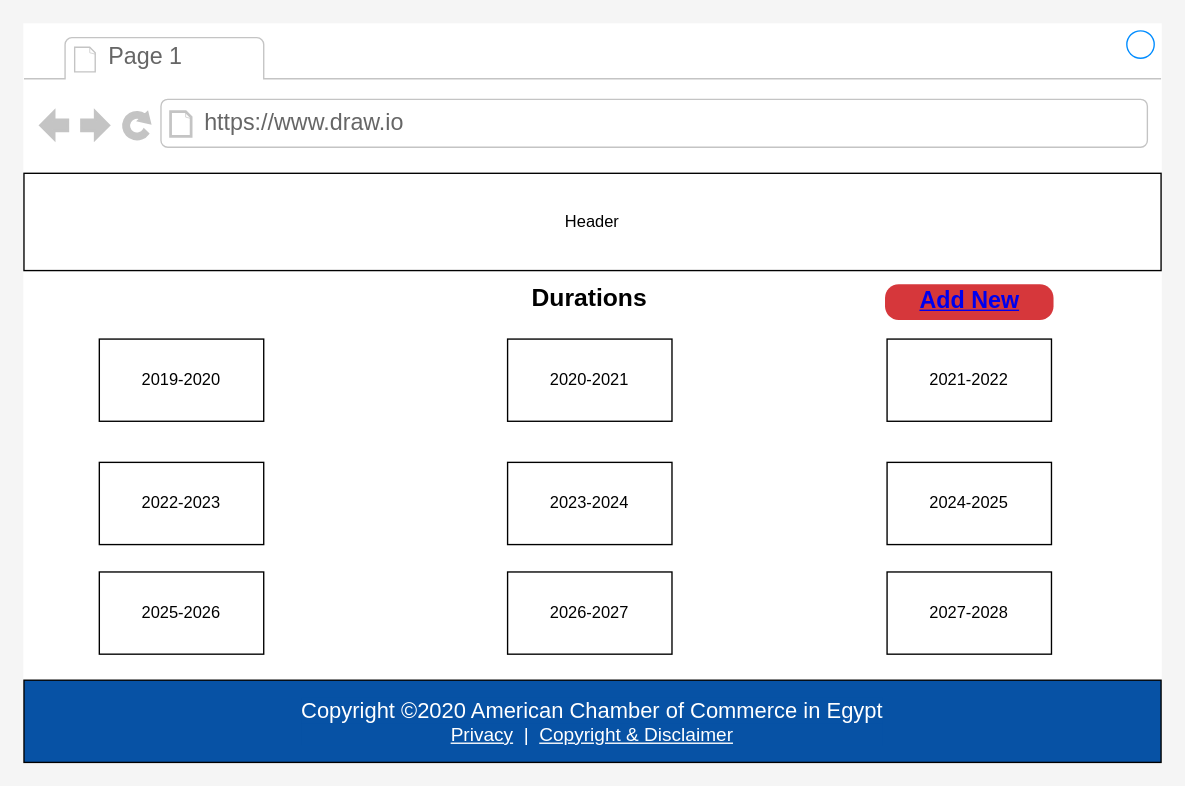
This is page "home" (1 of 3) of Committee Leaders.drawio from asayedio/TrackingERD, a draw.io file, before an edit. Source tidied: cells renumbered, new cells numbered last; positions are measured from the earlier drawing's top-left corner, leaving out a move shared by most shapes. Both pictures are drawn from the tidied source at 137%, with x=0, y=0 at pixel (23, 23). Pictures stored in the file or linked from it are replaced by grey dashed boxes.
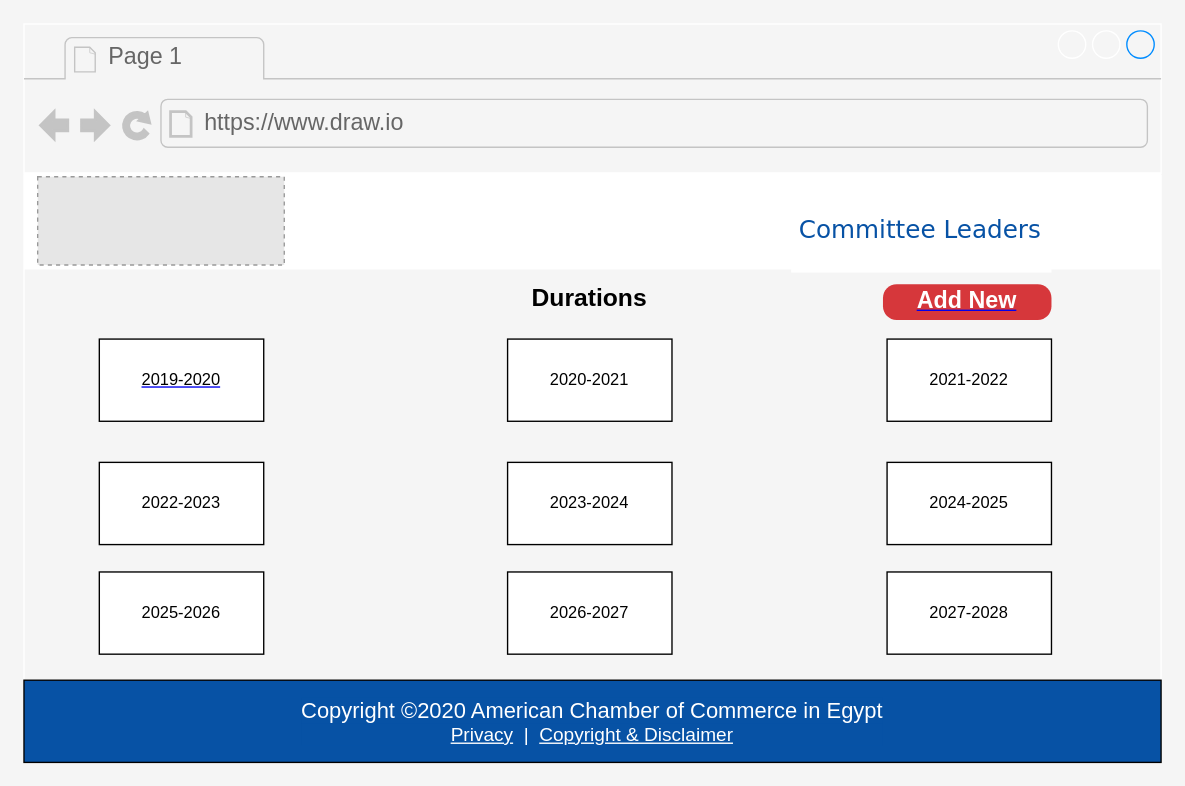
After the change.

Diff of the diagram source:
```diff
@@
 <mxGraphModel background="#f5f5f5">
   <root>
     <mxCell id="0" />
     <mxCell id="1" parent="0" />
-    <mxCell id="2" style="strokeWidth=1;shadow=0;dashed=0;align=center;html=1;shape=mxgraph.mockup.containers.browserWindow;rSize=0;strokeColor2=#008cff;strokeColor3=#c4c4c4;mainText=,;strokeColor=#FFFFFF;" parent="1" vertex="1">
+    <mxCell id="2" style="strokeWidth=1;shadow=0;dashed=0;align=center;html=1;shape=mxgraph.mockup.containers.browserWindow;rSize=0;strokeColor2=#008cff;strokeColor3=#c4c4c4;mainText=,;strokeColor=#FFFFFF;fillColor=#F5F5F5;" parent="1" vertex="1">
       <mxGeometry width="830" height="539" as="geometry" />
     </mxCell>
     <mxCell id="3" value="Page 1" style="strokeWidth=1;shadow=0;dashed=0;align=center;html=1;shape=mxgraph.mockup.containers.anchor;fontSize=17;fontColor=#666666;align=left;" parent="2" vertex="1">
       <mxGeometry x="60" y="12" width="110" height="26" as="geometry" />
     </mxCell>
     <mxCell id="4" value="https://www.draw.io" style="strokeWidth=1;shadow=0;dashed=0;align=center;html=1;shape=mxgraph.mockup.containers.anchor;rSize=0;fontSize=17;fontColor=#666666;align=left;" parent="2" vertex="1">
       <mxGeometry x="130" y="60" width="250" height="26" as="geometry" />
     </mxCell>
-    <mxCell id="5" value="Header" style="rounded=0;whiteSpace=wrap;html=1;" parent="2" vertex="1">
-      <mxGeometry y="109" width="830" height="71" as="geometry" />
+    <mxCell id="5" value="&lt;h1&gt;&lt;br&gt;&lt;/h1&gt;" style="rounded=0;whiteSpace=wrap;html=1;strokeColor=none;" parent="2" vertex="1">
+      <mxGeometry y="108.2" width="830" height="71" as="geometry" />
     </mxCell>
     <mxCell id="6" value="&lt;div style=&quot;box-sizing: border-box ; color: rgb(255 , 255 , 255) ; font-family: &amp;#34;source sans pro&amp;#34; ; font-size: 16px ; background-color: rgb(7 , 82 , 165)&quot;&gt;Copyright ©2020 American Chamber of Commerce in Egypt&lt;/div&gt;&lt;div class=&quot;small&quot; style=&quot;box-sizing: border-box ; font-size: 13.92px ; color: rgb(255 , 255 , 255) ; font-family: &amp;#34;source sans pro&amp;#34; ; background-color: rgb(7 , 82 , 165)&quot;&gt;&lt;a href=&quot;https://www.amcham.org.eg/privacy&quot; style=&quot;box-sizing: border-box ; background-color: transparent ; color: rgb(255 , 255 , 255)&quot;&gt;Privacy&lt;/a&gt;&amp;nbsp;&amp;nbsp;|&amp;nbsp;&amp;nbsp;&lt;a href=&quot;https://www.amcham.org.eg/copyright-disclaimer&quot; style=&quot;box-sizing: border-box ; background-color: transparent ; color: rgb(255 , 255 , 255)&quot;&gt;Copyright &amp;amp; Disclaimer&lt;/a&gt;&lt;/div&gt;" style="rounded=0;whiteSpace=wrap;html=1;fillColor=#0752a5;" parent="2" vertex="1">
       <mxGeometry y="479" width="830" height="60" as="geometry" />
     </mxCell>
     <mxCell id="7" value="&lt;b&gt;&lt;font style=&quot;font-size: 18px&quot;&gt;Durations&lt;/font&gt;&lt;/b&gt;" style="text;html=1;strokeColor=none;fillColor=none;align=center;verticalAlign=middle;whiteSpace=wrap;rounded=0;" parent="2" vertex="1">
       <mxGeometry x="363" y="190" width="100" height="20" as="geometry" />
     </mxCell>
-    <mxCell id="8" value="2019-2020" style="rounded=0;whiteSpace=wrap;html=1;" parent="2" vertex="1">
+    <mxCell id="8" value="&lt;a href=&quot;data:page/id,NS_Aw8GW7d97da-DBnMY&quot;&gt;&lt;font color=&quot;#000000&quot;&gt;2019-2020&lt;/font&gt;&lt;/a&gt;" style="rounded=0;whiteSpace=wrap;html=1;" parent="2" vertex="1">
       <mxGeometry x="55" y="230" width="120" height="60" as="geometry" />
     </mxCell>
     <mxCell id="9" value="2020-2021" style="rounded=0;whiteSpace=wrap;html=1;" parent="2" vertex="1">
       <mxGeometry x="353" y="230" width="120" height="60" as="geometry" />
     </mxCell>
     <mxCell id="10" value="2021-2022" style="rounded=0;whiteSpace=wrap;html=1;" parent="2" vertex="1">
       <mxGeometry x="630" y="230" width="120" height="60" as="geometry" />
     </mxCell>
     <mxCell id="11" value="2023-2024" style="rounded=0;whiteSpace=wrap;html=1;" parent="2" vertex="1">
       <mxGeometry x="353" y="320" width="120" height="60" as="geometry" />
     </mxCell>
     <mxCell id="12" value="2024-2025" style="rounded=0;whiteSpace=wrap;html=1;" parent="2" vertex="1">
       <mxGeometry x="630" y="320" width="120" height="60" as="geometry" />
     </mxCell>
     <mxCell id="13" value="2022-2023" style="rounded=0;whiteSpace=wrap;html=1;" parent="2" vertex="1">
       <mxGeometry x="55" y="320" width="120" height="60" as="geometry" />
     </mxCell>
     <mxCell id="14" value="2026-2027" style="rounded=0;whiteSpace=wrap;html=1;" parent="2" vertex="1">
       <mxGeometry x="353" y="400" width="120" height="60" as="geometry" />
     </mxCell>
     <mxCell id="15" value="2027-2028" style="rounded=0;whiteSpace=wrap;html=1;" parent="2" vertex="1">
       <mxGeometry x="630" y="400" width="120" height="60" as="geometry" />
     </mxCell>
     <mxCell id="16" value="2025-2026" style="rounded=0;whiteSpace=wrap;html=1;" parent="2" vertex="1">
       <mxGeometry x="55" y="400" width="120" height="60" as="geometry" />
     </mxCell>
-    <mxCell id="17" value="&lt;a href=&quot;data:page/id,bnPBvNl-STVokxdTjAau&quot;&gt;Add New&lt;/a&gt;" style="strokeWidth=1;shadow=0;dashed=0;align=center;html=1;shape=mxgraph.mockup.buttons.button;fontColor=#ffffff;mainText=;buttonStyle=round;fontSize=17;fontStyle=1;whiteSpace=wrap;sketch=0;strokeColor=none;flipH=0;flipV=0;direction=east;fillColor=#d6373b;" parent="2" vertex="1">
-      <mxGeometry x="628.5" y="190" width="123" height="26" as="geometry" />
+    <mxCell id="17" value="&lt;a href=&quot;data:page/id,bnPBvNl-STVokxdTjAau&quot;&gt;&lt;font color=&quot;#ffffff&quot;&gt;Add New&lt;/font&gt;&lt;/a&gt;" style="strokeWidth=1;shadow=0;dashed=0;align=center;html=1;shape=mxgraph.mockup.buttons.button;fontColor=#ffffff;mainText=;buttonStyle=round;fontSize=17;fontStyle=1;whiteSpace=wrap;sketch=0;flipH=0;flipV=0;direction=east;fillColor=#d6373b;strokeColor=none;" parent="2" vertex="1">
+      <mxGeometry x="627" y="190" width="123" height="26" as="geometry" />
     </mxCell>
+    <mxCell id="18" style="fillColor=#E6E6E6;strokeColor=#999999;dashed=1;html=1;verticalAlign=top;verticalLabelPosition=bottom;labelBackgroundColor=#ffffff;" parent="2" vertex="1">
+      <mxGeometry x="10" y="111.5" width="180" height="64.4" as="geometry" />
+    </mxCell>
+    <mxCell id="19" value="&lt;h1 style=&quot;color: rgb(0 , 0 , 0) ; text-align: center&quot;&gt;&lt;font face=&quot;Verdana&quot; color=&quot;#0752a5&quot; style=&quot;font-size: 18px ; font-weight: normal&quot;&gt;Committee Leaders&lt;/font&gt;&lt;/h1&gt;" style="strokeWidth=1;shadow=0;dashed=0;align=center;html=1;shape=mxgraph.mockup.text.textBox;fontColor=#666666;align=left;fontSize=17;spacingLeft=4;spacingTop=-3;mainText=;sketch=0;gradientColor=none;fillColor=#FFFFFF;strokeColor=none;" parent="2" vertex="1">
+      <mxGeometry x="560" y="111.5" width="190" height="70" as="geometry" />
+    </mxCell>
   </root>
 </mxGraphModel>
```
